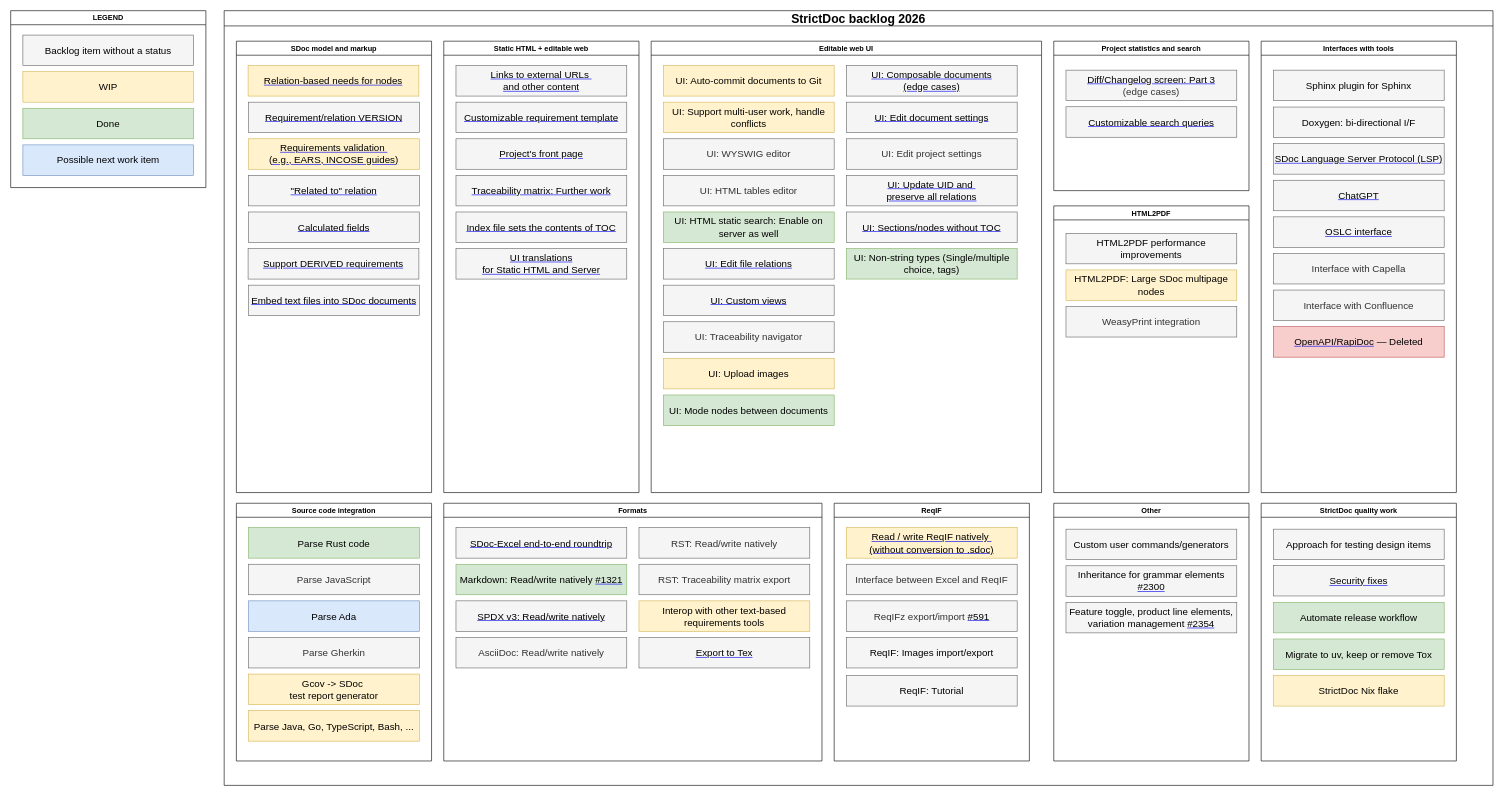
Before: page "Backlog — 2026" (1 of 2) of developer/drawio/Backlog.drawio in strictdoc-project/strictdoc, a draw.io diagram. Source tidied: cells renumbered, new cells numbered last; positions are measured from the earlier drawing's top-left corner, leaving out a move shared by most shapes. Both pictures are drawn from the tidied source at 61%, with x=0, y=0 at pixel (10, 10).
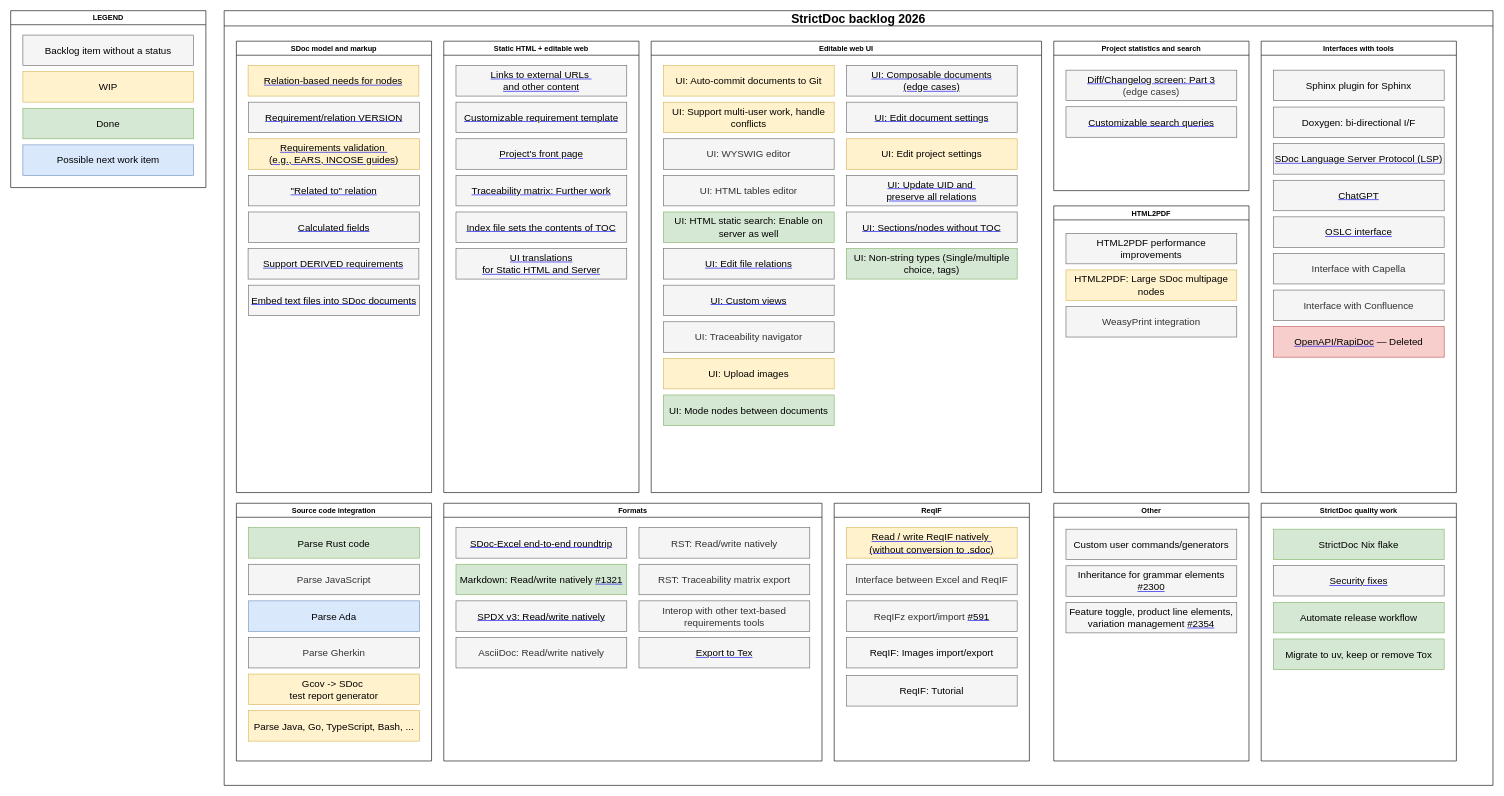
The same page after the edit.

The change refers to these unchanged cells:
```xml
<mxCell id="24" value="Editable web UI" style="swimlane;" parent="2" vertex="1">
  <mxGeometry x="700" y="50" width="640" height="740" as="geometry" />
</mxCell>
<mxCell id="41" value="Formats" style="swimlane;" parent="2" vertex="1">
  <mxGeometry x="360" y="807.5" width="620" height="422.5" as="geometry" />
</mxCell>
<mxCell id="73" value="StrictDoc quality work" style="swimlane;" parent="2" vertex="1">
  <mxGeometry x="1700" y="807.5" width="320" height="422.5" as="geometry" />
</mxCell>
```

Change to the diagram source:
```diff
@@
-    <mxCell id="36" value="UI: Edit project settings" style="text;html=1;strokeColor=#666666;fillColor=#f5f5f5;align=center;verticalAlign=middle;whiteSpace=wrap;rounded=0;fontStyle=0;fontSize=16;fontColor=#333333;" parent="24" vertex="1">
+    <mxCell id="36" value="UI: Edit project settings" style="text;html=1;strokeColor=#d6b656;fillColor=#fff2cc;align=center;verticalAlign=middle;whiteSpace=wrap;rounded=0;fontStyle=0;fontSize=16;" parent="24" vertex="1">
       <mxGeometry x="320" y="160" width="280" height="50" as="geometry" />
     </mxCell>
@@
-    <mxCell id="46" value="Interop with other text-based requirements tools" style="text;html=1;strokeColor=#d6b656;fillColor=#fff2cc;align=center;verticalAlign=middle;whiteSpace=wrap;rounded=0;fontStyle=0;fontSize=16;" parent="41" vertex="1">
+    <mxCell id="46" value="Interop with other text-based requirements tools" style="text;html=1;strokeColor=#666666;fillColor=#f5f5f5;align=center;verticalAlign=middle;whiteSpace=wrap;rounded=0;fontStyle=0;fontSize=16;fontColor=#333333;" parent="41" vertex="1">
       <mxGeometry x="320" y="160" width="280" height="50" as="geometry" />
     </mxCell>
@@
-    <mxCell id="75" value="&lt;font color=&quot;#000000&quot;&gt;Approach for testing design items&lt;/font&gt;" style="text;html=1;strokeColor=#666666;fillColor=#f5f5f5;align=center;verticalAlign=middle;whiteSpace=wrap;rounded=0;fontStyle=0;fontSize=16;fontColor=#333333;" parent="73" vertex="1">
-      <mxGeometry x="20" y="42.5" width="280" height="50" as="geometry" />
-    </mxCell>
@@
-    <mxCell id="81" value="&lt;font color=&quot;#000000&quot;&gt;StrictDoc Nix flake&lt;/font&gt;" style="text;html=1;strokeColor=#d6b656;fillColor=#fff2cc;align=center;verticalAlign=middle;whiteSpace=wrap;rounded=0;fontStyle=0;fontSize=16;" parent="73" vertex="1">
-      <mxGeometry x="20" y="282.5" width="280" height="50" as="geometry" />
+    <mxCell id="81" value="&lt;font color=&quot;#000000&quot;&gt;StrictDoc Nix flake&lt;/font&gt;" style="text;html=1;strokeColor=#82b366;fillColor=#d5e8d4;align=center;verticalAlign=middle;whiteSpace=wrap;rounded=0;fontStyle=0;fontSize=16;" parent="73" vertex="1">
+      <mxGeometry x="20" y="42.5" width="280" height="50" as="geometry" />
     </mxCell>
```
